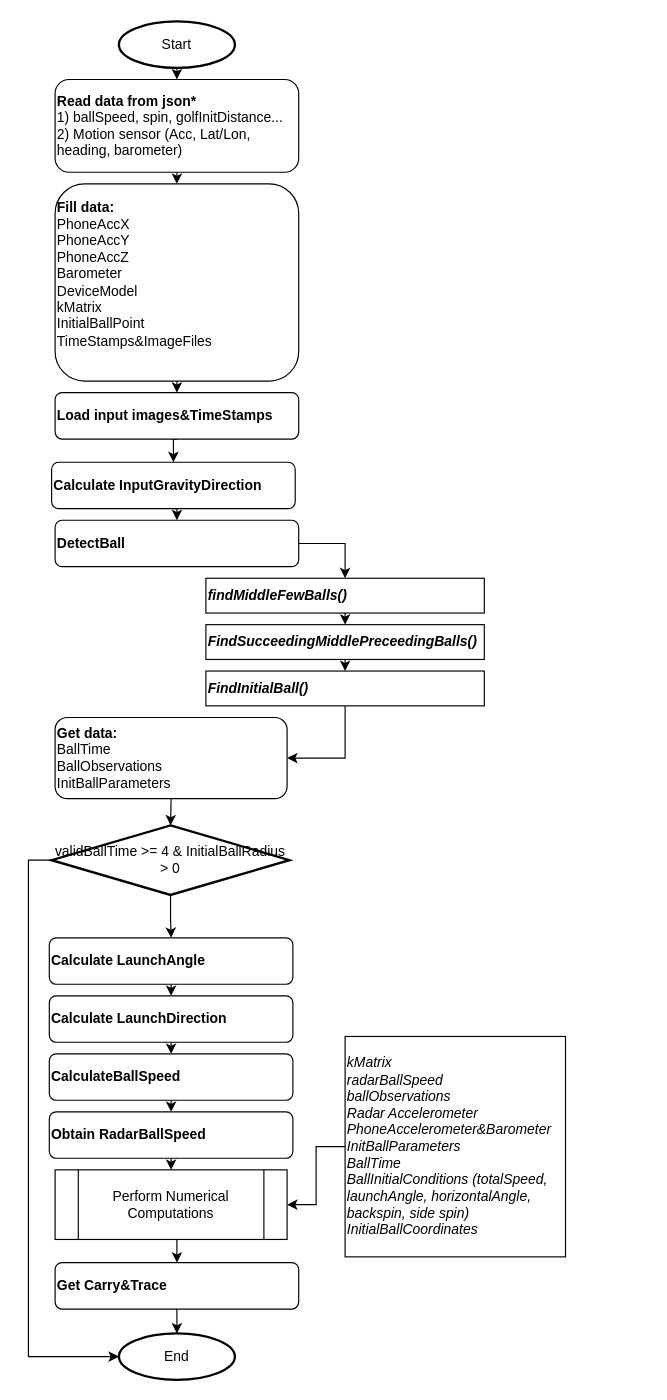
Earlier version of the draw.io diagram GOLF.drawio (Mike335207/work). Source tidied: cells renumbered, new cells numbered last; positions are measured from the earlier drawing's top-left corner, leaving out a move shared by most shapes. Both pictures are drawn from the tidied source at 116%, with x=0, y=0 at pixel (49, 21). Pictures stored in the file or linked from it are replaced by grey dashed boxes.
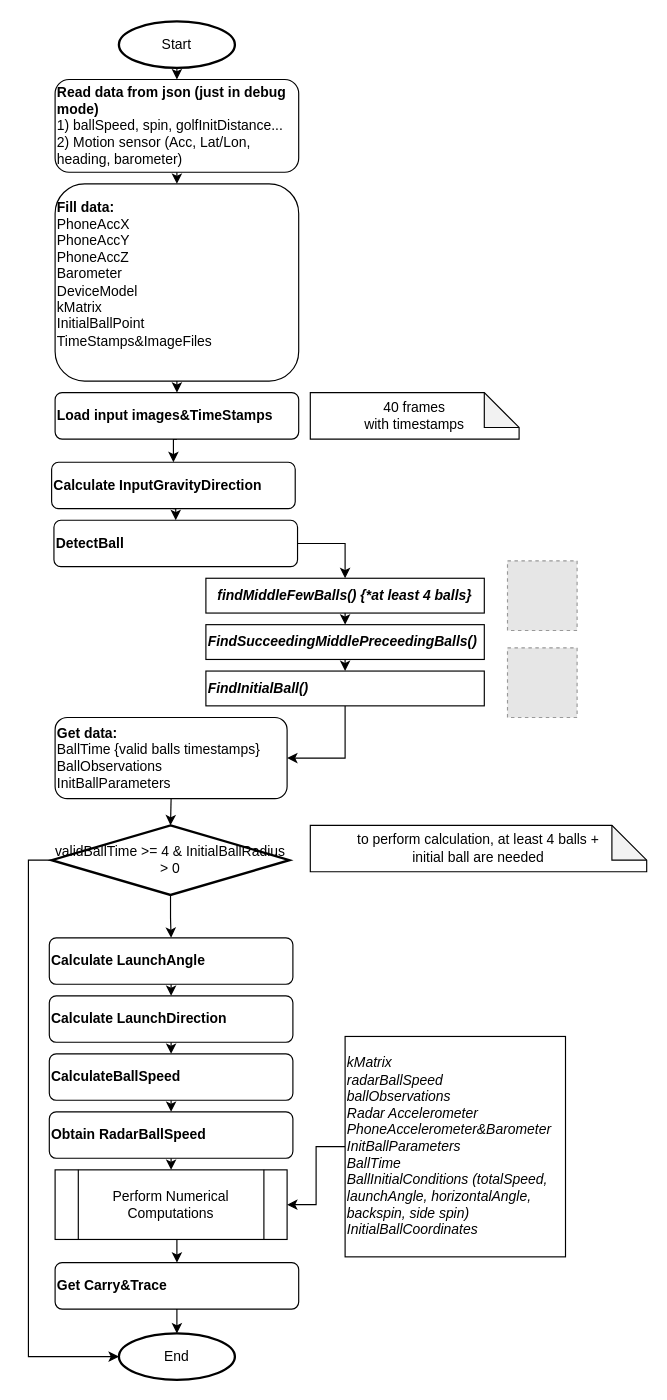
The same diagram, later.

Change to the diagram source:
```diff
@@
-    <mxCell id="5" value="&lt;div&gt;&lt;b&gt;Read data from json*&lt;/b&gt;&lt;/div&gt;&lt;div&gt;1) ballSpeed, spin, golfInitDistance...&lt;/div&gt;&lt;div&gt;2) Motion sensor (Acc, Lat/Lon, heading, barometer)&lt;br&gt;&lt;/div&gt;" style="rounded=1;whiteSpace=wrap;html=1;align=left;" parent="1" vertex="1">
+    <mxCell id="5" value="&lt;div&gt;&lt;b&gt;Read data from json (just in debug mode)&lt;br&gt;&lt;/b&gt;&lt;/div&gt;&lt;div&gt;1) ballSpeed, spin, golfInitDistance...&lt;/div&gt;&lt;div&gt;2) Motion sensor (Acc, Lat/Lon, heading, barometer)&lt;br&gt;&lt;/div&gt;" style="rounded=1;whiteSpace=wrap;html=1;align=left;" parent="1" vertex="1">
       <mxGeometry x="5" y="50" width="210" height="80" as="geometry" />
     </mxCell>
@@
     <mxCell id="13" value="DetectBall" style="rounded=1;whiteSpace=wrap;html=1;align=left;fontStyle=1;" parent="1" vertex="1">
-      <mxGeometry x="5" y="430" width="210" height="40" as="geometry" />
+      <mxGeometry x="4" y="430" width="210" height="40" as="geometry" />
     </mxCell>
@@
-    <mxCell id="15" value="&lt;div&gt;findMiddleFewBalls()&lt;/div&gt;" style="rounded=0;whiteSpace=wrap;html=1;align=left;fontStyle=3;" parent="1" vertex="1">
+    <mxCell id="15" value="&lt;div align=&quot;center&quot;&gt;findMiddleFewBalls() {*at least 4 balls}&lt;br&gt;&lt;/div&gt;" style="rounded=0;whiteSpace=wrap;html=1;align=center;fontStyle=3;" parent="1" vertex="1">
       <mxGeometry x="135" y="480" width="240" height="30" as="geometry" />
     </mxCell>
@@
-    <mxCell id="21" value="&lt;div&gt;&lt;b&gt;Get data:&lt;/b&gt;&lt;/div&gt;&lt;div&gt;BallTime&lt;/div&gt;&lt;div&gt;BallObservations&lt;/div&gt;&lt;div&gt;InitBallParameters&lt;br&gt;&lt;/div&gt;" style="rounded=1;whiteSpace=wrap;html=1;align=left;" parent="1" vertex="1">
+    <mxCell id="21" value="&lt;div&gt;&lt;b&gt;Get data:&lt;/b&gt;&lt;/div&gt;&lt;div&gt;BallTime {valid balls timestamps}&lt;br&gt;&lt;/div&gt;&lt;div&gt;BallObservations&lt;/div&gt;&lt;div&gt;InitBallParameters&lt;br&gt;&lt;/div&gt;" style="rounded=1;whiteSpace=wrap;html=1;align=left;" parent="1" vertex="1">
       <mxGeometry x="5" y="600" width="200" height="70" as="geometry" />
     </mxCell>
@@
+    <mxCell id="40" value="&lt;div&gt;40 frames &lt;br&gt;&lt;/div&gt;&lt;div&gt;with timestamps&lt;/div&gt;" style="shape=note;whiteSpace=wrap;html=1;backgroundOutline=1;darkOpacity=0.05;" parent="1" vertex="1">
+      <mxGeometry x="225" y="320" width="180" height="40" as="geometry" />
+    </mxCell>
+    <mxCell id="41" style="edgeStyle=orthogonalEdgeStyle;rounded=0;orthogonalLoop=1;jettySize=auto;html=1;exitX=0.5;exitY=1;exitDx=0;exitDy=0;exitPerimeter=0;" parent="1" edge="1" source="40" target="40">
+      <mxGeometry relative="1" as="geometry" />
+    </mxCell>
+    <mxCell id="42" style="fillColor=#E6E6E6;strokeColor=#999999;dashed=1;html=1;verticalAlign=top;verticalLabelPosition=bottom;labelBackgroundColor=#ffffff;" parent="1" vertex="1">
+      <mxGeometry x="395" y="465" width="60" height="60" as="geometry" />
+    </mxCell>
+    <mxCell id="43" style="fillColor=#E6E6E6;strokeColor=#999999;dashed=1;html=1;verticalAlign=top;verticalLabelPosition=bottom;labelBackgroundColor=#ffffff;" parent="1" vertex="1">
+      <mxGeometry x="395" y="540" width="60" height="60" as="geometry" />
+    </mxCell>
+    <mxCell id="44" value="&lt;div&gt;to perform calculation, at least 4 balls + &lt;br&gt;&lt;/div&gt;&lt;div&gt;initial ball are needed&lt;br&gt;&lt;/div&gt;" style="shape=note;whiteSpace=wrap;html=1;backgroundOutline=1;darkOpacity=0.05;" parent="1" vertex="1">
+      <mxGeometry x="225" y="693" width="290" height="40" as="geometry" />
+    </mxCell>
```
